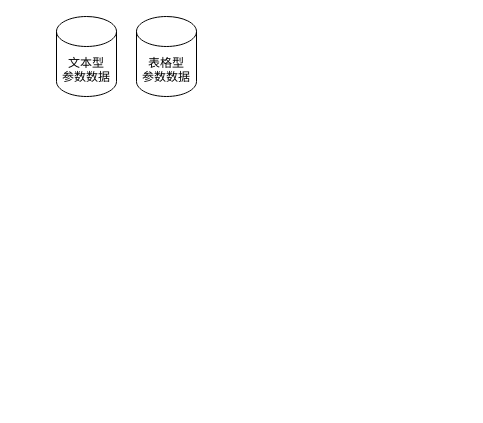
undinuanao/- keeps this draw.io diagram as 网络拓扑结构生成_流程图.drawio. Above is the earlier version. Source tidied: cells renumbered, new cells numbered last; positions are measured from the earlier drawing's top-left corner, leaving out a move shared by most shapes. Both pictures are drawn from the tidied source at 100%, with x=0, y=0 at pixel (56, 16).
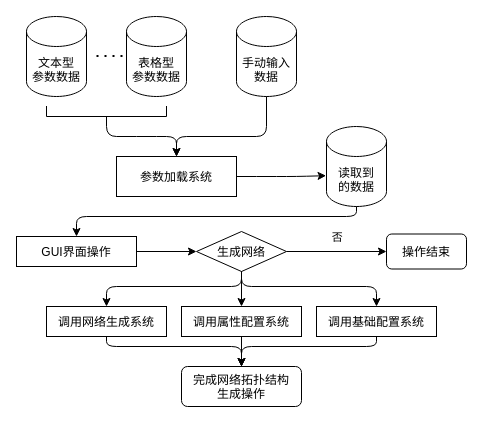
The same diagram, later.

Commit message (it also covers changes not shown here):
更新网络拓扑结构生成_流程图.drawio

Diff of the diagram source:
```diff
@@
     <mxCell id="2" value="文本型&#10;参数数据" style="shape=cylinder3;boundedLbl=1;backgroundOutline=1;size=15;" parent="1" vertex="1">
-      <mxGeometry width="60" height="80" as="geometry" />
+      <mxGeometry x="-30" width="60" height="80" as="geometry" />
     </mxCell>
     <mxCell id="3" value="表格型&#10;参数数据" style="shape=cylinder3;boundedLbl=1;backgroundOutline=1;size=15;" parent="1" vertex="1">
-      <mxGeometry x="80" width="60" height="80" as="geometry" />
+      <mxGeometry x="70" width="60" height="80" as="geometry" />
     </mxCell>
+    <mxCell id="4" style="endArrow=none;dashed=1;dashPattern=1 3;strokeWidth=2;" parent="1" edge="1">
+      <mxGeometry relative="1" as="geometry">
+        <mxPoint x="40" y="39.5" as="sourcePoint" />
+        <mxPoint x="70" y="39.5" as="targetPoint" />
+      </mxGeometry>
+    </mxCell>
+    <mxCell id="5" style="shape=partialRectangle;bottom=1;right=1;left=1;top=0;fillColor=none;routingCenterX=-0.5;" parent="1" vertex="1">
+      <mxGeometry x="-10" y="90" width="120" height="10" as="geometry" />
+    </mxCell>
+    <mxCell id="6" style="endArrow=classic;exitX=0.5;exitY=1;exitDx=0;exitDy=0;entryX=0.5;entryY=0;entryDx=0;entryDy=0;" parent="1" edge="1" source="5" target="9">
+      <mxGeometry relative="1" as="geometry">
+        <Array as="points">
+          <mxPoint x="50" y="120" />
+          <mxPoint x="90" y="120" />
+          <mxPoint x="120" y="120" />
+        </Array>
+      </mxGeometry>
+    </mxCell>
+    <mxCell id="7" value="手动输入&#10;数据" style="shape=cylinder3;boundedLbl=1;backgroundOutline=1;size=15;" parent="1" vertex="1">
+      <mxGeometry x="180" width="60" height="80" as="geometry" />
+    </mxCell>
+    <mxCell id="8" style="endArrow=classic;exitX=0.5;exitY=1;exitDx=0;exitDy=0;exitPerimeter=0;entryX=0.5;entryY=0;entryDx=0;entryDy=0;" parent="1" edge="1" source="7" target="9">
+      <mxGeometry relative="1" as="geometry">
+        <Array as="points">
+          <mxPoint x="210" y="120" />
+          <mxPoint x="120" y="120" />
+        </Array>
+      </mxGeometry>
+    </mxCell>
+    <mxCell id="9" value="参数加载系统" style="rounded=0;" parent="1" vertex="1">
+      <mxGeometry x="60" y="140" width="120" height="40" as="geometry" />
+    </mxCell>
+    <mxCell id="10" style="endArrow=classic;entryX=-0.007;entryY=0.615;entryDx=0;entryDy=0;entryPerimeter=0;exitX=1;exitY=0.5;exitDx=0;exitDy=0;" parent="1" edge="1" source="9" target="11">
+      <mxGeometry relative="1" as="geometry">
+        <Array as="points">
+          <mxPoint x="210" y="160" />
+          <mxPoint x="240" y="160" />
+        </Array>
+      </mxGeometry>
+    </mxCell>
+    <mxCell id="11" value="读取到&#10;的数据" style="shape=cylinder3;boundedLbl=1;backgroundOutline=1;size=15;" parent="1" vertex="1">
+      <mxGeometry x="270" y="110" width="60" height="80" as="geometry" />
+    </mxCell>
+    <mxCell id="12" value="GUI界面操作" style="rounded=0;" parent="1" vertex="1">
+      <mxGeometry x="-40" y="220" width="120" height="30" as="geometry" />
+    </mxCell>
+    <mxCell id="13" style="endArrow=classic;exitX=0.5;exitY=1;exitDx=0;exitDy=0;exitPerimeter=0;entryX=0.5;entryY=0;entryDx=0;entryDy=0;" parent="1" edge="1" source="11" target="12">
+      <mxGeometry relative="1" as="geometry">
+        <Array as="points">
+          <mxPoint x="300" y="200" />
+          <mxPoint x="20" y="200" />
+        </Array>
+      </mxGeometry>
+    </mxCell>
+    <mxCell id="14" value="生成网络" style="rhombus;" parent="1" vertex="1">
+      <mxGeometry x="140" y="215" width="90" height="40" as="geometry" />
+    </mxCell>
+    <mxCell id="15" style="endArrow=classic;exitX=1;exitY=0.5;exitDx=0;exitDy=0;entryX=0;entryY=0.5;entryDx=0;entryDy=0;" parent="1" edge="1" source="12" target="14">
+      <mxGeometry relative="1" as="geometry" />
+    </mxCell>
+    <mxCell id="16" style="endArrow=classic;exitX=1;exitY=0.5;exitDx=0;exitDy=0;entryX=0;entryY=0.5;entryDx=0;entryDy=0;" parent="1" edge="1" source="14" target="18">
+      <mxGeometry relative="1" as="geometry" />
+    </mxCell>
+    <mxCell id="17" value="否" style="edgeLabel;align=center;verticalAlign=middle;" parent="16" vertex="1">
+      <mxGeometry x="-0.07" y="-1" relative="1" as="geometry">
+        <mxPoint x="3.8" y="-16" as="offset" />
+      </mxGeometry>
+    </mxCell>
+    <mxCell id="18" value="操作结束" style="rounded=1;" parent="1" vertex="1">
+      <mxGeometry x="330" y="217.5" width="80" height="35" as="geometry" />
+    </mxCell>
+    <mxCell id="19" style="endArrow=classic;exitX=0.5;exitY=1;exitDx=0;exitDy=0;entryX=0.5;entryY=0;entryDx=0;entryDy=0;" parent="1" edge="1" source="14" target="20">
+      <mxGeometry relative="1" as="geometry">
+        <Array as="points">
+          <mxPoint x="185" y="270" />
+          <mxPoint x="50" y="270" />
+        </Array>
+      </mxGeometry>
+    </mxCell>
+    <mxCell id="20" value="调用网络生成系统" style="rounded=0;" parent="1" vertex="1">
+      <mxGeometry x="-10" y="290" width="120" height="30" as="geometry" />
+    </mxCell>
+    <mxCell id="21" value="调用属性配置系统" style="rounded=0;" parent="1" vertex="1">
+      <mxGeometry x="125" y="290" width="120" height="30" as="geometry" />
+    </mxCell>
+    <mxCell id="22" value="调用基础配置系统" style="rounded=0;" parent="1" vertex="1">
+      <mxGeometry x="260" y="290" width="120" height="30" as="geometry" />
+    </mxCell>
+    <mxCell id="23" style="endArrow=classic;exitX=0.5;exitY=1;exitDx=0;exitDy=0;entryX=0.5;entryY=0;entryDx=0;entryDy=0;" parent="1" edge="1" source="14" target="21">
+      <mxGeometry relative="1" as="geometry" />
+    </mxCell>
+    <mxCell id="24" style="endArrow=classic;exitX=0.5;exitY=1;exitDx=0;exitDy=0;entryX=0.5;entryY=0;entryDx=0;entryDy=0;" parent="1" edge="1" source="14" target="22">
+      <mxGeometry relative="1" as="geometry">
+        <Array as="points">
+          <mxPoint x="185" y="270" />
+          <mxPoint x="320" y="270" />
+        </Array>
+      </mxGeometry>
+    </mxCell>
+    <mxCell id="25" value="完成网络拓扑结构&#10;生成操作" style="rounded=1;" parent="1" vertex="1">
+      <mxGeometry x="125" y="350" width="120" height="40" as="geometry" />
+    </mxCell>
+    <mxCell id="26" style="endArrow=classic;exitX=0.5;exitY=1;exitDx=0;exitDy=0;entryX=0.5;entryY=0;entryDx=0;entryDy=0;" parent="1" edge="1" source="20" target="25">
+      <mxGeometry relative="1" as="geometry">
+        <Array as="points">
+          <mxPoint x="50" y="330" />
+          <mxPoint x="185" y="330" />
+        </Array>
+      </mxGeometry>
+    </mxCell>
+    <mxCell id="27" style="endArrow=classic;exitX=0.5;exitY=1;exitDx=0;exitDy=0;entryX=0.5;entryY=0;entryDx=0;entryDy=0;" parent="1" edge="1" source="21" target="25">
+      <mxGeometry relative="1" as="geometry" />
+    </mxCell>
+    <mxCell id="28" style="endArrow=classic;exitX=0.5;exitY=1;exitDx=0;exitDy=0;entryX=0.5;entryY=0;entryDx=0;entryDy=0;" parent="1" edge="1" source="22" target="25">
+      <mxGeometry relative="1" as="geometry">
+        <Array as="points">
+          <mxPoint x="320" y="330" />
+          <mxPoint x="185" y="330" />
+        </Array>
+      </mxGeometry>
+    </mxCell>
```
